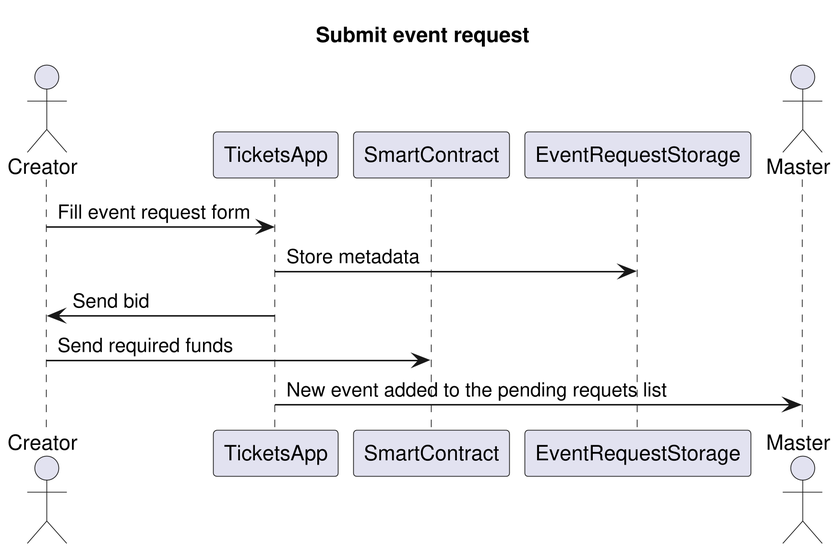
ai-shift/cyber-valley-tickets keeps this PlantUML diagram as img/submit-event-request.png. Above is the earlier version.
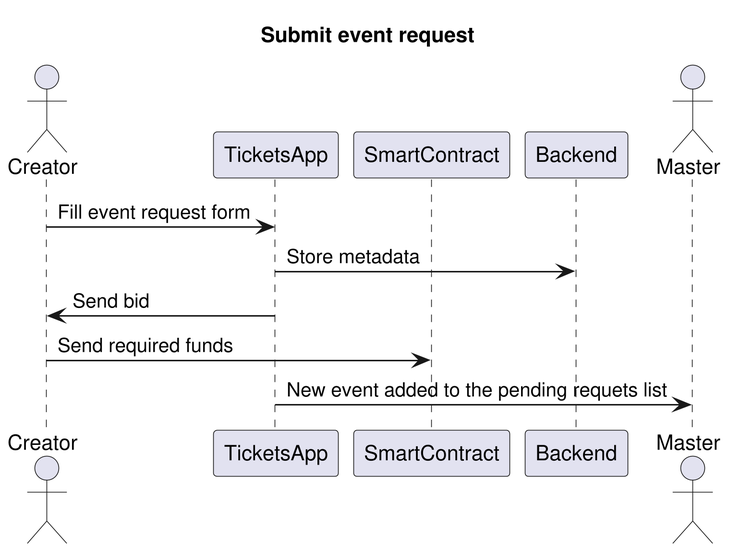
The same file after the commit.

The edit, as a diff of the source:
```diff
@@ -5,11 +5,11 @@
 actor Creator
 participant TicketsApp
 participant SmartContract
-participant EventRequestStorage
+participant Backend
 actor Master
 
 Creator -> TicketsApp: Fill event request form
-TicketsApp -> EventRequestStorage: Store metadata
+TicketsApp -> Backend: Store metadata
 TicketsApp -> Creator: Send bid
 Creator -> SmartContract: Send required funds
 TicketsApp -> Master: New event added to the pending requets list
```
